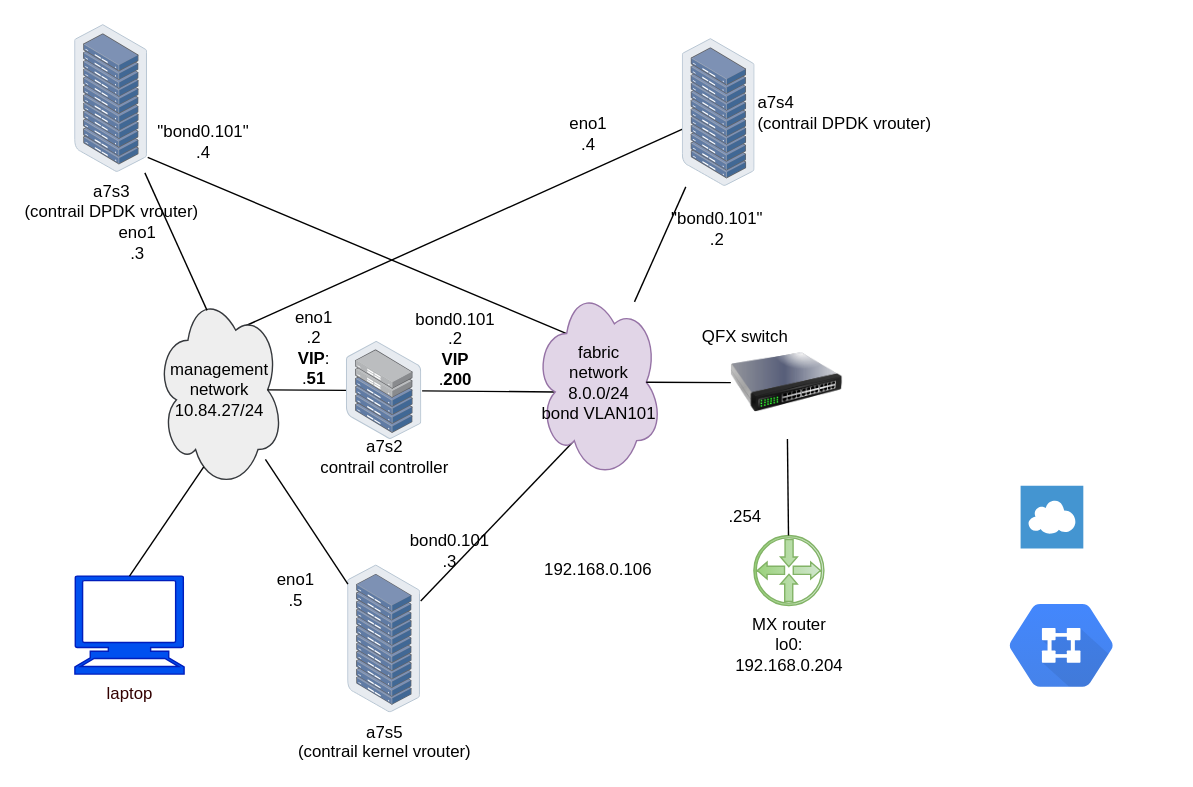
This is diagrams/ch6/testbed-topo-installation.drawio from pinggit/dpdk-contrail-book, a draw.io file, before an edit. Source tidied: cells renumbered, new cells numbered last; positions are measured from the earlier drawing's top-left corner, leaving out a move shared by most shapes. Both pictures are drawn from the tidied source at 140%, with x=0, y=0 at pixel (74, 24).
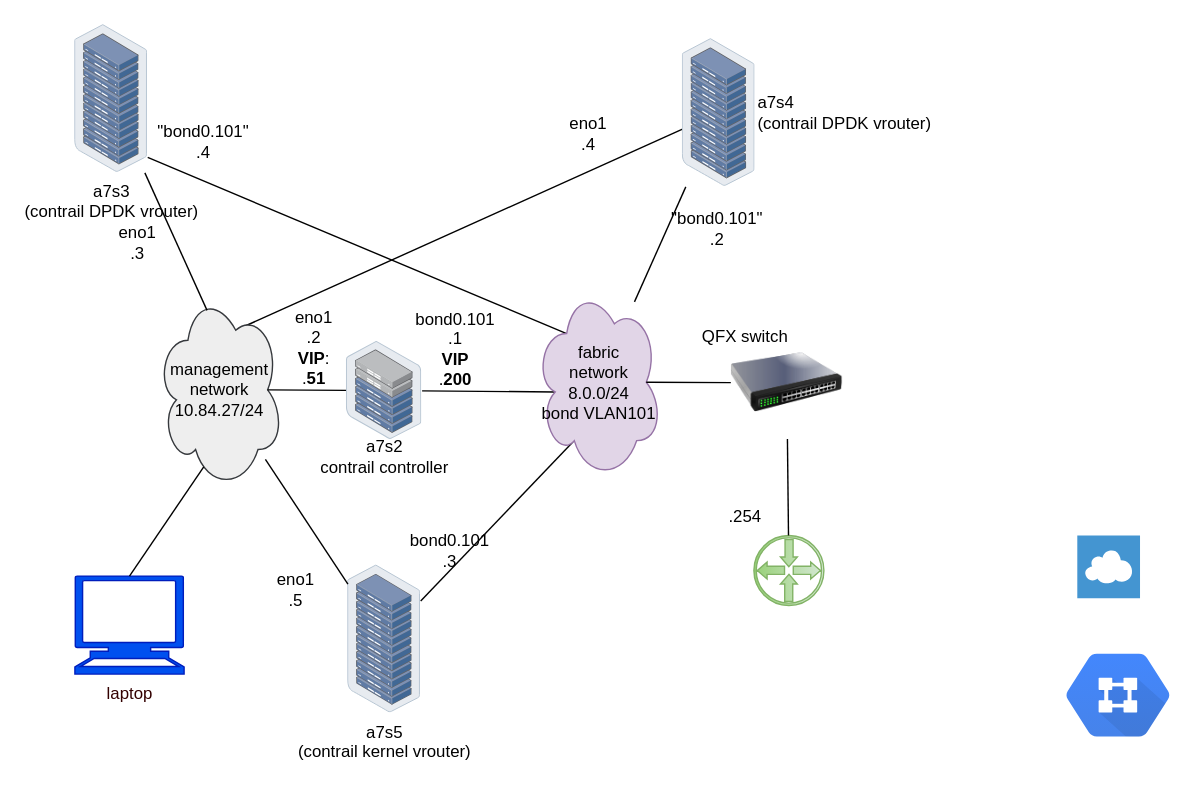
The same diagram, later.

The edit, as a diff of the source:
```diff
@@
-    <mxCell id="6" value="MX router&lt;br&gt;lo0:&lt;br&gt;192.168.0.204&lt;br&gt;" style="shadow=0;dashed=0;html=1;strokeColor=#82b366;fillColor=#d5e8d4;labelPosition=center;verticalLabelPosition=bottom;verticalAlign=top;align=center;outlineConnect=0;shape=mxgraph.vvd.physical_upstream_router;direction=south;gradientColor=#97d077;" parent="1" vertex="1">
+    <mxCell id="6" style="shadow=0;dashed=0;html=1;strokeColor=#82b366;fillColor=#d5e8d4;labelPosition=center;verticalLabelPosition=bottom;verticalAlign=top;align=center;outlineConnect=0;shape=mxgraph.vvd.physical_upstream_router;direction=south;gradientColor=#97d077;" parent="1" vertex="1">
       <mxGeometry x="485" y="365" width="50" height="50" as="geometry" />
     </mxCell>
@@
-    <mxCell id="32" value="192.168.0.106" style="text;html=1;strokeColor=none;fillColor=none;align=center;verticalAlign=middle;whiteSpace=wrap;rounded=0;" parent="1" vertex="1">
-      <mxGeometry x="354" y="380" width="40" height="20" as="geometry" />
-    </mxCell>
     <mxCell id="33" style="shape=mxgraph.gcp.networking.cloud_virtual_network;html=1;fillColor=#4387FD;gradientColor=#4683EA;strokeColor=none;verticalLabelPosition=bottom;verticalAlign=top;align=center;" parent="1" vertex="1">
-      <mxGeometry x="667.5" y="414" width="74" height="59" as="geometry" />
+      <mxGeometry x="708" y="449.5" width="74" height="59" as="geometry" />
     </mxCell>
     <mxCell id="34" style="shadow=0;dashed=0;html=1;strokeColor=none;fillColor=#4495D1;labelPosition=center;verticalLabelPosition=bottom;verticalAlign=top;align=center;shape=mxgraph.veeam.2d.wan_accelerator;" parent="1" vertex="1">
-      <mxGeometry x="675.5" y="329.5" width="44.8" height="44.8" as="geometry" />
+      <mxGeometry x="716" y="365" width="44.8" height="44.8" as="geometry" />
     </mxCell>
-    <mxCell id="35" value="bond0.101&lt;br&gt;.2&lt;br&gt;&lt;b&gt;VIP&lt;/b&gt;&lt;br&gt;.&lt;b&gt;200&lt;/b&gt;" style="text;html=1;strokeColor=none;fillColor=none;align=center;verticalAlign=middle;whiteSpace=wrap;rounded=0;" parent="1" vertex="1">
+    <mxCell id="35" value="bond0.101&lt;br&gt;.1&lt;br&gt;&lt;b&gt;VIP&lt;/b&gt;&lt;br&gt;.&lt;b&gt;200&lt;/b&gt;" style="text;html=1;strokeColor=none;fillColor=none;align=center;verticalAlign=middle;whiteSpace=wrap;rounded=0;" parent="1" vertex="1">
       <mxGeometry x="252" y="221.5" width="40" height="20" as="geometry" />
     </mxCell>
```
